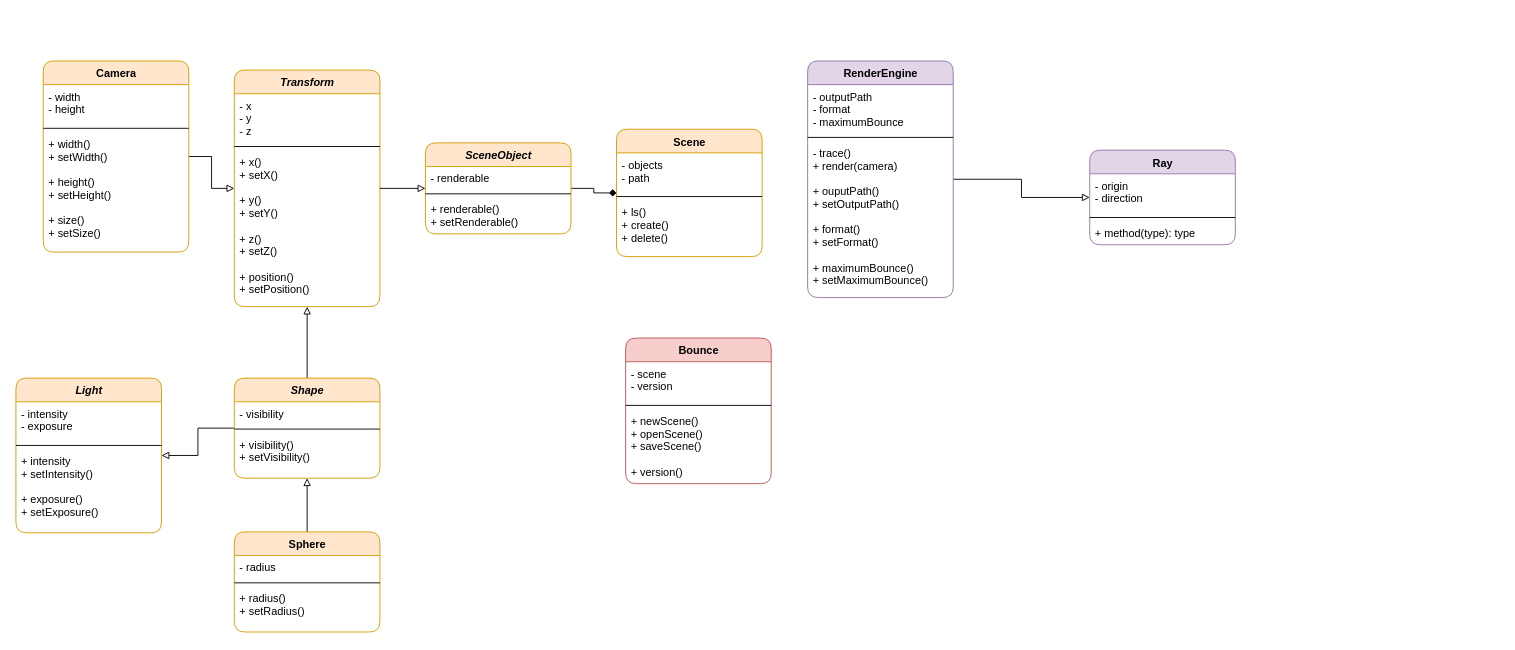
This is main_uml.drawio from ThomasVallentin/Bounce, a draw.io file, before an edit. Source tidied: cells renumbered, new cells numbered last; positions are measured from the earlier drawing's top-left corner, leaving out a move shared by most shapes. Both pictures are drawn from the tidied source at 91%, with x=0, y=0 at pixel (15, 60).
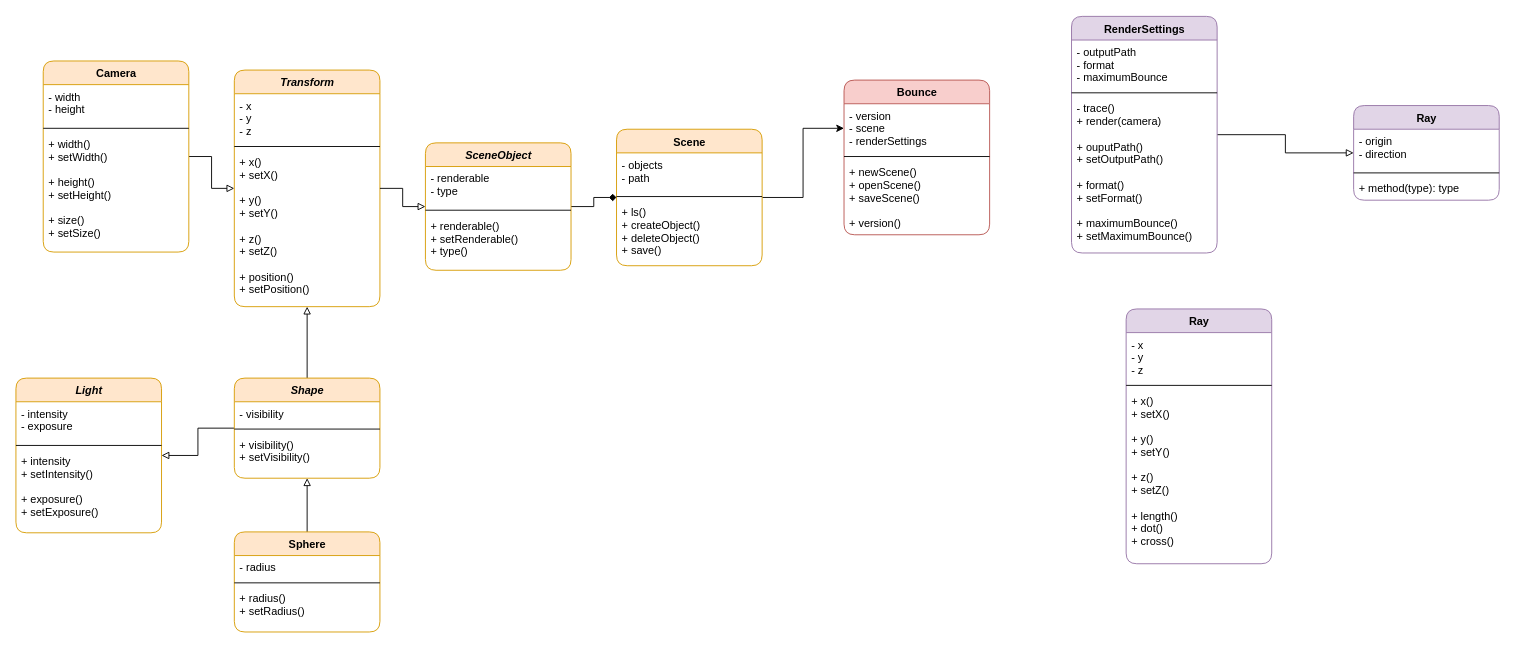
The same diagram, later.

What changed in the source:
```diff
@@
     <mxCell id="2" value="Ray" style="swimlane;fontStyle=1;align=center;verticalAlign=top;horizontal=1;startSize=26;rounded=1;html=1;swimlaneLine=1;fillColor=#e1d5e7;swimlaneFillColor=#ffffff;labelBackgroundColor=none;labelBorderColor=none;strokeColor=#9673a6;" parent="1" vertex="1">
-      <mxGeometry x="1180" y="98.5" width="160" height="104" as="geometry" />
+      <mxGeometry x="1470" y="49.5" width="160" height="104" as="geometry" />
     </mxCell>
@@
-    <mxCell id="7" value="Camera" style="swimlane;fontStyle=1;align=center;verticalAlign=top;horizontal=1;startSize=26;rounded=1;html=1;swimlaneLine=1;fillColor=#ffe6cc;strokeColor=#d79b00;" parent="1" vertex="1">
+    <mxCell id="7" value="Camera" style="swimlane;fontStyle=1;align=center;verticalAlign=top;horizontal=1;startSize=26;rounded=1;html=1;swimlaneLine=1;fillColor=#ffe6cc;strokeColor=#d79b00;swimlaneFillColor=#ffffff;" parent="1" vertex="1">
       <mxGeometry x="30" y="0.5" width="160" height="210" as="geometry" />
     </mxCell>
@@
+    <mxCell id="49" style="edgeStyle=orthogonalEdgeStyle;rounded=0;jettySize=auto;html=1;" parent="1" edge="1" source="11" target="46">
+      <mxGeometry relative="1" as="geometry" />
+    </mxCell>
     <mxCell id="11" value="Scene" style="swimlane;fontStyle=1;align=center;verticalAlign=top;horizontal=1;startSize=26;rounded=1;html=1;swimlaneLine=1;fillColor=#ffe6cc;swimlaneFillColor=#ffffff;labelBackgroundColor=none;labelBorderColor=none;strokeColor=#d79b00;" parent="1" vertex="1">
-      <mxGeometry x="660" y="75.5" width="160" height="140" as="geometry" />
+      <mxGeometry x="660" y="75.5" width="160" height="150" as="geometry" />
     </mxCell>
@@
-    <mxCell id="14" value="+ ls()&#10;+ create()&#10;+ delete()&#10;" style="text;strokeColor=none;fillColor=none;align=left;verticalAlign=top;spacingLeft=4;spacingRight=4;overflow=hidden;" parent="11" vertex="1">
-      <mxGeometry y="78" width="160" height="62" as="geometry" />
+    <mxCell id="14" value="+ ls()&#10;+ createObject()&#10;+ deleteObject()&#10;+ save()&#10;" style="text;strokeColor=none;fillColor=none;align=left;verticalAlign=top;spacingLeft=4;spacingRight=4;overflow=hidden;" parent="11" vertex="1">
+      <mxGeometry y="78" width="160" height="72" as="geometry" />
     </mxCell>
@@
-    <mxCell id="36" value="RenderEngine" style="swimlane;fontStyle=1;align=center;verticalAlign=top;horizontal=1;startSize=26;rounded=1;html=1;swimlaneLine=1;fillColor=#e1d5e7;strokeColor=#9673a6;" parent="1" vertex="1">
-      <mxGeometry x="870" y="0.5" width="160" height="260" as="geometry" />
+    <mxCell id="36" value="RenderSettings" style="swimlane;fontStyle=1;align=center;verticalAlign=top;horizontal=1;startSize=26;rounded=1;html=1;swimlaneLine=1;fillColor=#e1d5e7;strokeColor=#9673a6;swimlaneFillColor=#ffffff;" parent="1" vertex="1">
+      <mxGeometry x="1160" y="-48.5" width="160" height="260" as="geometry" />
     </mxCell>
@@
     <mxCell id="40" value="SceneObject" style="swimlane;fontStyle=3;align=center;verticalAlign=top;horizontal=1;startSize=26;rounded=1;html=1;swimlaneLine=1;fillColor=#ffe6cc;swimlaneFillColor=#ffffff;labelBackgroundColor=none;labelBorderColor=none;strokeColor=#d79b00;" parent="1" vertex="1">
-      <mxGeometry x="450" y="90.5" width="160" height="100" as="geometry" />
+      <mxGeometry x="450" y="90.5" width="160" height="140" as="geometry" />
     </mxCell>
-    <mxCell id="41" value="- renderable" style="text;strokeColor=none;fillColor=none;align=left;verticalAlign=top;spacingLeft=4;spacingRight=4;overflow=hidden;labelBackgroundColor=none;" parent="40" vertex="1">
-      <mxGeometry y="26" width="160" height="26" as="geometry" />
+    <mxCell id="41" value="- renderable&#10;- type" style="text;strokeColor=none;fillColor=none;align=left;verticalAlign=top;spacingLeft=4;spacingRight=4;overflow=hidden;labelBackgroundColor=none;" parent="40" vertex="1">
+      <mxGeometry y="26" width="160" height="44" as="geometry" />
     </mxCell>
     <mxCell id="42" style="line;strokeWidth=1;fillColor=none;align=left;verticalAlign=middle;spacingTop=-1;spacingLeft=3;spacingRight=3;labelPosition=right;" parent="40" vertex="1">
-      <mxGeometry y="52" width="160" height="8" as="geometry" />
+      <mxGeometry y="70" width="160" height="8" as="geometry" />
     </mxCell>
-    <mxCell id="43" value="+ renderable()&#10;+ setRenderable()" style="text;strokeColor=none;fillColor=none;align=left;verticalAlign=top;spacingLeft=4;spacingRight=4;overflow=hidden;" parent="40" vertex="1">
-      <mxGeometry y="60" width="160" height="40" as="geometry" />
+    <mxCell id="43" value="+ renderable()&#10;+ setRenderable()&#10;+ type()" style="text;strokeColor=none;fillColor=none;align=left;verticalAlign=top;spacingLeft=4;spacingRight=4;overflow=hidden;" parent="40" vertex="1">
+      <mxGeometry y="78" width="160" height="62" as="geometry" />
     </mxCell>
@@
     <mxCell id="45" value="Bounce" style="swimlane;fontStyle=1;align=center;verticalAlign=top;horizontal=1;startSize=26;rounded=1;html=1;swimlaneLine=1;fillColor=#f8cecc;swimlaneFillColor=#ffffff;labelBackgroundColor=none;labelBorderColor=none;strokeColor=#b85450;" parent="1" vertex="1">
-      <mxGeometry x="670" y="305" width="160" height="160" as="geometry" />
+      <mxGeometry x="910" y="21.5" width="160" height="170" as="geometry" />
     </mxCell>
-    <mxCell id="46" value="- scene&#10;- version" style="text;strokeColor=none;fillColor=none;align=left;verticalAlign=top;spacingLeft=4;spacingRight=4;overflow=hidden;points=[[0,0.5],[1,0.5]];portConstraint=eastwest;labelBackgroundColor=none;" parent="45" vertex="1">
-      <mxGeometry y="26" width="160" height="44" as="geometry" />
+    <mxCell id="46" value="- version&#10;- scene&#10;- renderSettings" style="text;strokeColor=none;fillColor=none;align=left;verticalAlign=top;spacingLeft=4;spacingRight=4;overflow=hidden;points=[[0,0.5],[1,0.5]];portConstraint=eastwest;labelBackgroundColor=none;" parent="45" vertex="1">
+      <mxGeometry y="26" width="160" height="54" as="geometry" />
     </mxCell>
     <mxCell id="47" style="line;strokeWidth=1;fillColor=none;align=left;verticalAlign=middle;spacingTop=-1;spacingLeft=3;spacingRight=3;labelPosition=right;" parent="45" vertex="1">
-      <mxGeometry y="70" width="160" height="8" as="geometry" />
+      <mxGeometry y="80" width="160" height="8" as="geometry" />
     </mxCell>
     <mxCell id="48" value="+ newScene()&#10;+ openScene()&#10;+ saveScene()&#10;&#10;+ version()" style="text;strokeColor=none;fillColor=none;align=left;verticalAlign=top;spacingLeft=4;spacingRight=4;overflow=hidden;" parent="45" vertex="1">
-      <mxGeometry y="78" width="160" height="82" as="geometry" />
+      <mxGeometry y="88" width="160" height="82" as="geometry" />
     </mxCell>
+    <mxCell id="50" value="Ray" style="swimlane;fontStyle=1;align=center;verticalAlign=top;horizontal=1;startSize=26;rounded=1;html=1;swimlaneLine=1;fillColor=#e1d5e7;swimlaneFillColor=#ffffff;labelBackgroundColor=none;labelBorderColor=none;strokeColor=#9673a6;" parent="1" vertex="1">
+      <mxGeometry x="1220" y="273" width="160" height="280" as="geometry" />
+    </mxCell>
+    <mxCell id="51" value="- x&#10;- y&#10;- z" style="text;strokeColor=none;fillColor=none;align=left;verticalAlign=top;spacingLeft=4;spacingRight=4;overflow=hidden;labelBackgroundColor=none;" parent="50" vertex="1">
+      <mxGeometry y="26" width="160" height="54" as="geometry" />
+    </mxCell>
+    <mxCell id="52" style="line;strokeWidth=1;fillColor=none;align=left;verticalAlign=middle;spacingTop=-1;spacingLeft=3;spacingRight=3;labelPosition=right;" parent="50" vertex="1">
+      <mxGeometry y="80" width="160" height="8" as="geometry" />
+    </mxCell>
+    <mxCell id="53" value="+ x()&#10;+ setX()&#10;&#10;+ y()&#10;+ setY()&#10;&#10;+ z()&#10;+ setZ()&#10;&#10;+ length()&#10;+ dot()&#10;+ cross()&#10;" style="text;strokeColor=none;fillColor=none;align=left;verticalAlign=top;spacingLeft=4;spacingRight=4;overflow=hidden;" parent="50" vertex="1">
+      <mxGeometry y="88" width="160" height="192" as="geometry" />
+    </mxCell>
```
